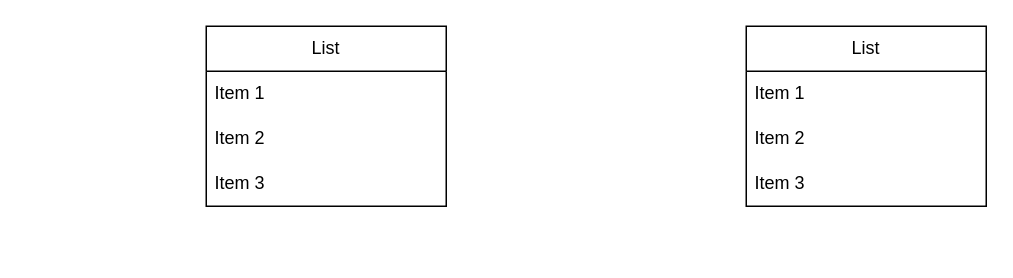
This is 0377-ASGBD (M10)/Projectes.drawio from gxldnn/edt, a draw.io file, before an edit. Source tidied: cells renumbered, new cells numbered last; positions are measured from the earlier drawing's top-left corner, leaving out a move shared by most shapes. Both pictures are drawn from the tidied source at 150%, with x=0, y=0 at pixel (206, 26).
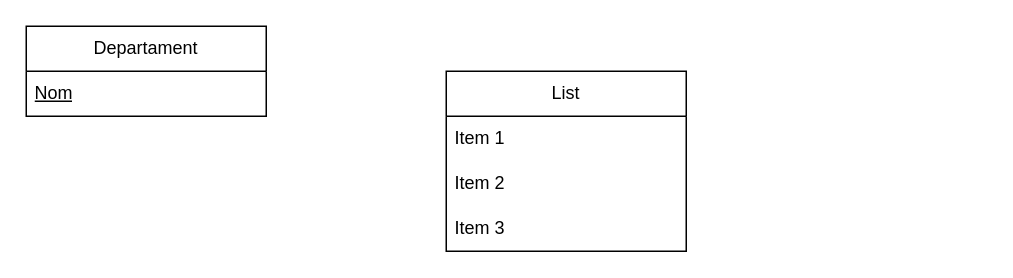
Above is the later version.

Diff of the diagram source:
```diff
@@
 <mxGraphModel>
   <root>
     <mxCell id="0" />
     <mxCell id="1" parent="0" />
-    <mxCell id="2" value="List" style="swimlane;fontStyle=0;horizontal=1;startSize=30;whiteSpace=wrap;html=1;" parent="1" vertex="1">
-      <mxGeometry width="160" height="120" as="geometry" />
+    <mxCell id="2" value="Departament" style="swimlane;fontStyle=0;horizontal=1;startSize=30;whiteSpace=wrap;html=1;" parent="1" vertex="1">
+      <mxGeometry x="-120" width="160" height="60" as="geometry" />
     </mxCell>
-    <mxCell id="3" value="Item 1" style="text;strokeColor=none;fillColor=none;align=left;verticalAlign=middle;spacingLeft=4;spacingRight=4;overflow=hidden;whiteSpace=wrap;html=1;" parent="2" vertex="1">
+    <mxCell id="3" value="&lt;u&gt;Nom&lt;/u&gt;" style="text;strokeColor=none;fillColor=none;align=left;verticalAlign=middle;spacingLeft=4;spacingRight=4;overflow=hidden;whiteSpace=wrap;html=1;" parent="2" vertex="1">
       <mxGeometry y="30" width="160" height="30" as="geometry" />
     </mxCell>
-    <mxCell id="4" value="Item 2" style="text;strokeColor=none;fillColor=none;align=left;verticalAlign=middle;spacingLeft=4;spacingRight=4;overflow=hidden;whiteSpace=wrap;html=1;" parent="2" vertex="1">
-      <mxGeometry y="60" width="160" height="30" as="geometry" />
-    </mxCell>
-    <mxCell id="5" value="Item 3" style="text;strokeColor=none;fillColor=none;align=left;verticalAlign=middle;spacingLeft=4;spacingRight=4;overflow=hidden;whiteSpace=wrap;html=1;" parent="2" vertex="1">
-      <mxGeometry y="90" width="160" height="30" as="geometry" />
-    </mxCell>
     <mxCell id="6" value="List" style="swimlane;fontStyle=0;horizontal=1;startSize=30;whiteSpace=wrap;html=1;" parent="1" vertex="1">
-      <mxGeometry x="360" width="160" height="120" as="geometry" />
+      <mxGeometry x="160" y="30" width="160" height="120" as="geometry" />
     </mxCell>
     <mxCell id="7" value="Item 1" style="text;strokeColor=none;fillColor=none;align=left;verticalAlign=middle;spacingLeft=4;spacingRight=4;overflow=hidden;whiteSpace=wrap;html=1;" parent="6" vertex="1">
       <mxGeometry y="30" width="160" height="30" as="geometry" />
     </mxCell>
     <mxCell id="8" value="Item 2" style="text;strokeColor=none;fillColor=none;align=left;verticalAlign=middle;spacingLeft=4;spacingRight=4;overflow=hidden;whiteSpace=wrap;html=1;" parent="6" vertex="1">
       <mxGeometry y="60" width="160" height="30" as="geometry" />
     </mxCell>
     <mxCell id="9" value="Item 3" style="text;strokeColor=none;fillColor=none;align=left;verticalAlign=middle;spacingLeft=4;spacingRight=4;overflow=hidden;whiteSpace=wrap;html=1;" parent="6" vertex="1">
       <mxGeometry y="90" width="160" height="30" as="geometry" />
     </mxCell>
   </root>
 </mxGraphModel>
```
